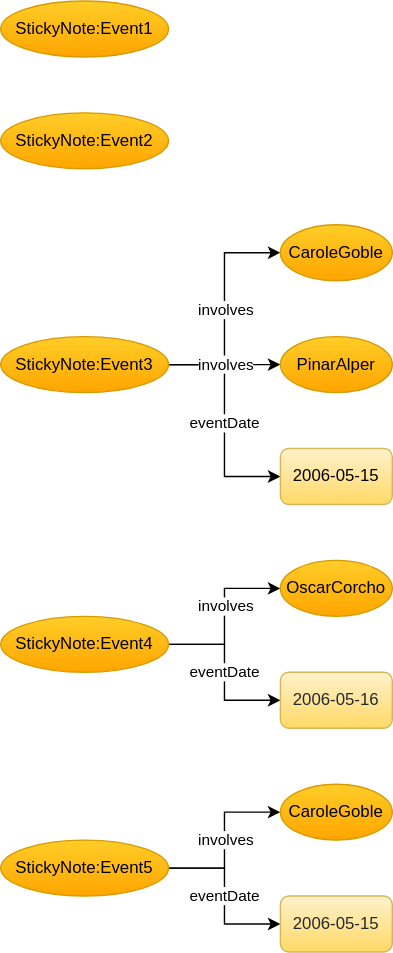
This is Assignment2/carlota-upm-CarlotaMedranoLara.svg from pablohfdez/LinkedData2021-2022, a draw.io export, as it was before one commit. Source tidied: cells renumbered, new cells last; positions are measured from the earlier drawing's top-left corner, leaving out a move shared by most shapes.
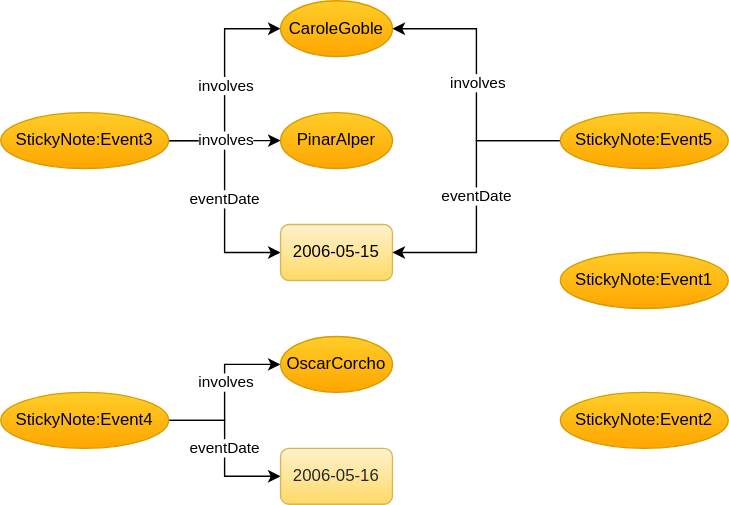
The same file after the commit.

Change to the diagram source:
```diff
@@ -3,10 +3,10 @@
     <mxCell id="0" />
     <mxCell id="1" parent="0" />
     <mxCell id="2" value="StickyNote:Event1" style="ellipse;whiteSpace=wrap;html=1;fillColor=#ffcd28;strokeColor=#d79b00;gradientColor=#ffa500;" parent="1" vertex="1">
-      <mxGeometry width="120" height="40" as="geometry" />
+      <mxGeometry x="400" y="340" width="120" height="40" as="geometry" />
     </mxCell>
     <mxCell id="3" value="StickyNote:Event2" style="ellipse;whiteSpace=wrap;html=1;gradientColor=#ffa500;fillColor=#ffcd28;strokeColor=#d79b00;" parent="1" vertex="1">
-      <mxGeometry y="80" width="120" height="40" as="geometry" />
+      <mxGeometry x="400" y="440" width="120" height="40" as="geometry" />
     </mxCell>
     <mxCell id="4" style="edgeStyle=orthogonalEdgeStyle;rounded=0;jettySize=auto;html=1;entryX=0;entryY=0.5;entryDx=0;entryDy=0;" parent="1" edge="1" source="10" target="12">
       <mxGeometry relative="1" as="geometry" />
@@ -54,29 +54,28 @@
     <mxCell id="17" value="StickyNote:Event4" style="ellipse;whiteSpace=wrap;html=1;gradientColor=#ffa500;fillColor=#ffcd28;strokeColor=#d79b00;" parent="1" vertex="1">
       <mxGeometry y="440" width="120" height="40" as="geometry" />
     </mxCell>
-    <mxCell id="18" style="edgeStyle=orthogonalEdgeStyle;rounded=0;jettySize=auto;html=1;entryX=0;entryY=0.5;entryDx=0;entryDy=0;" parent="1" edge="1" source="21" target="23">
+    <mxCell id="18" style="edgeStyle=orthogonalEdgeStyle;rounded=0;jettySize=auto;html=1;entryX=1;entryY=0.5;entryDx=0;entryDy=0;" parent="1" edge="1" source="21" target="12">
       <mxGeometry relative="1" as="geometry" />
     </mxCell>
     <mxCell id="19" value="involves" style="edgeLabel;html=1;align=center;verticalAlign=middle;" parent="18" vertex="1">
       <mxGeometry x="0.03" relative="1" as="geometry" />
     </mxCell>
-    <mxCell id="20" value="eventDate" style="edgeStyle=orthogonalEdgeStyle;rounded=0;jettySize=auto;html=1;exitX=1;exitY=0.5;exitDx=0;exitDy=0;entryX=0;entryY=0.5;entryDx=0;entryDy=0;" parent="1" edge="1" source="21" target="25">
-      <mxGeometry relative="1" as="geometry" />
+    <mxCell id="20" value="eventDate" style="edgeStyle=orthogonalEdgeStyle;rounded=0;jettySize=auto;html=1;exitX=0;exitY=0.5;exitDx=0;exitDy=0;entryX=1;entryY=0.5;entryDx=0;entryDy=0;" parent="1" edge="1" source="21" target="13">
+      <mxGeometry relative="1" as="geometry">
+        <Array as="points">
+          <mxPoint x="340" y="260" />
+          <mxPoint x="340" y="340" />
+        </Array>
+      </mxGeometry>
     </mxCell>
     <mxCell id="21" value="StickyNote:Event5" style="ellipse;whiteSpace=wrap;html=1;gradientColor=#ffa500;fillColor=#ffcd28;strokeColor=#d79b00;" parent="1" vertex="1">
-      <mxGeometry y="600" width="120" height="40" as="geometry" />
+      <mxGeometry x="400" y="240" width="120" height="40" as="geometry" />
     </mxCell>
     <mxCell id="22" value="OscarCorcho" style="ellipse;whiteSpace=wrap;html=1;gradientColor=#ffa500;fillColor=#ffcd28;strokeColor=#d79b00;" parent="1" vertex="1">
       <mxGeometry x="200" y="400" width="80" height="40" as="geometry" />
     </mxCell>
-    <mxCell id="23" value="CaroleGoble" style="ellipse;whiteSpace=wrap;html=1;gradientColor=#ffa500;fillColor=#ffcd28;strokeColor=#d79b00;" parent="1" vertex="1">
-      <mxGeometry x="200" y="560" width="80" height="40" as="geometry" />
-    </mxCell>
     <mxCell id="24" value="&lt;font color=&quot;#24292f&quot;&gt;2006-05-16&lt;/font&gt;" style="rounded=1;whiteSpace=wrap;html=1;gradientColor=#ffd966;fillColor=#fff2cc;strokeColor=#d6b656;" parent="1" vertex="1">
       <mxGeometry x="200" y="480" width="80" height="40" as="geometry" />
     </mxCell>
-    <mxCell id="25" value="&lt;span style=&quot;color: rgb(36 , 41 , 47)&quot;&gt;2006-05-15&lt;/span&gt;" style="rounded=1;whiteSpace=wrap;html=1;gradientColor=#ffd966;fillColor=#fff2cc;strokeColor=#d6b656;" parent="1" vertex="1">
-      <mxGeometry x="200" y="640" width="80" height="40" as="geometry" />
-    </mxCell>
   </root>
 </mxGraphModel>
```
